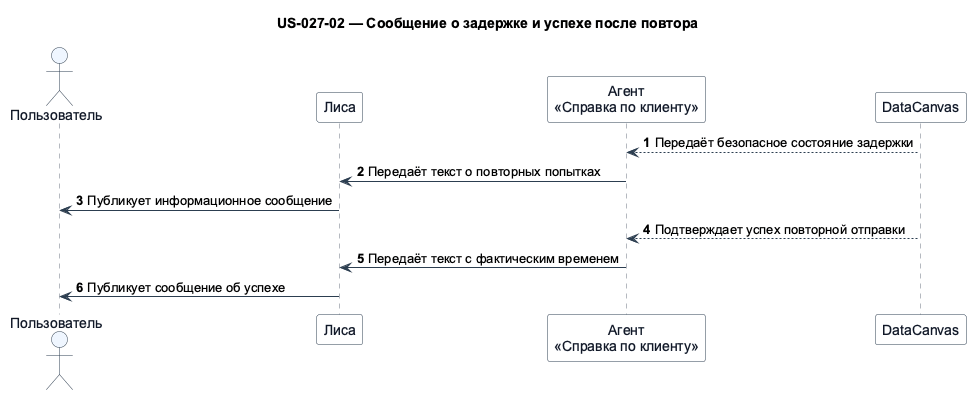
RussianLioN/datacanvas keeps this PlantUML diagram as artifacts/evidence/co-2026-003/user-story-sequence-diagrams/png/us-027-02.png. Above is the earlier version. Its diagram source:
```plantuml
@startuml
!pragma teoz true
skinparam shadowing false
skinparam defaultFontName Arial
skinparam sequence {
  ArrowColor #2C3E50
  LifeLineBorderColor #6B7280
  ParticipantBorderColor #2C3E50
  ParticipantBackgroundColor #F8FAFC
  ParticipantFontColor #111827
  ActorBorderColor #2C3E50
  ActorBackgroundColor #EFF6FF
  ActorFontColor #111827
  GroupBorderColor #94A3B8
  GroupBackgroundColor #F8FAFC
}
title US-027-02 — Сообщение о задержке и успехе после повтора

actor "Пользователь" as user
participant "Лиса" as lisa
participant "Агент\n«Справка по клиенту»" as client
participant "DataCanvas" as datacanvas

autonumber
datacanvas --> client: Передаёт безопасное состояние задержки
client -> lisa: Передаёт текст о повторных попытках
lisa -> user: Публикует информационное сообщение
datacanvas --> client: Подтверждает успех повторной отправки
client -> lisa: Передаёт текст с фактическим временем
lisa -> user: Публикует сообщение об успехе
@enduml
```
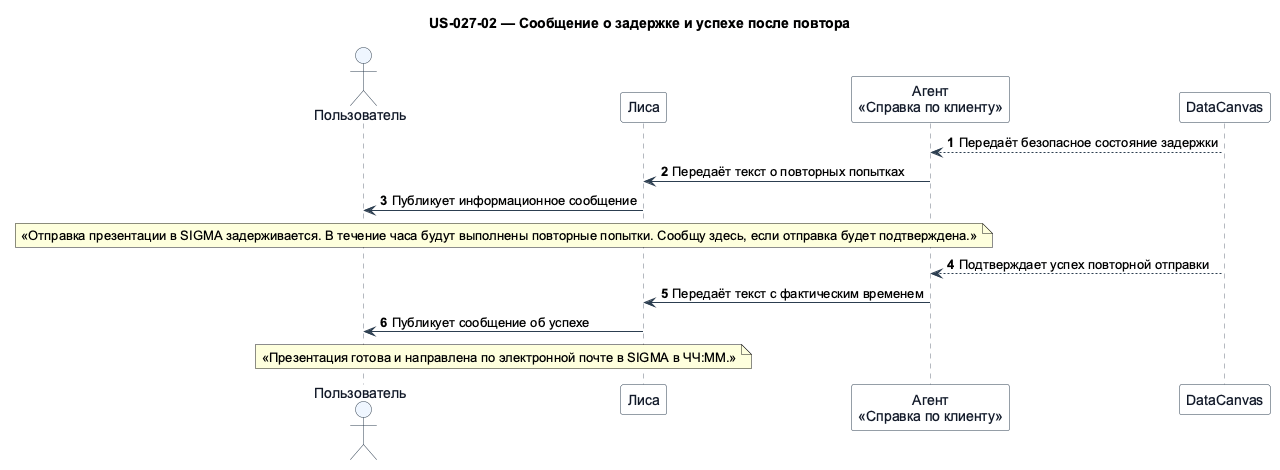
Later version of the same file.

What changed in the source:
```diff
@@ -25,7 +25,9 @@
 datacanvas --> client: Передаёт безопасное состояние задержки
 client -> lisa: Передаёт текст о повторных попытках
 lisa -> user: Публикует информационное сообщение
+note over lisa,user: «Отправка презентации в SIGMA задерживается. В течение часа будут выполнены повторные попытки. Сообщу здесь, если отправка будет подтверждена.»
 datacanvas --> client: Подтверждает успех повторной отправки
 client -> lisa: Передаёт текст с фактическим временем
 lisa -> user: Публикует сообщение об успехе
+note over lisa,user: «Презентация готова и направлена по электронной почте в SIGMA в ЧЧ:ММ.»
 @enduml
```
